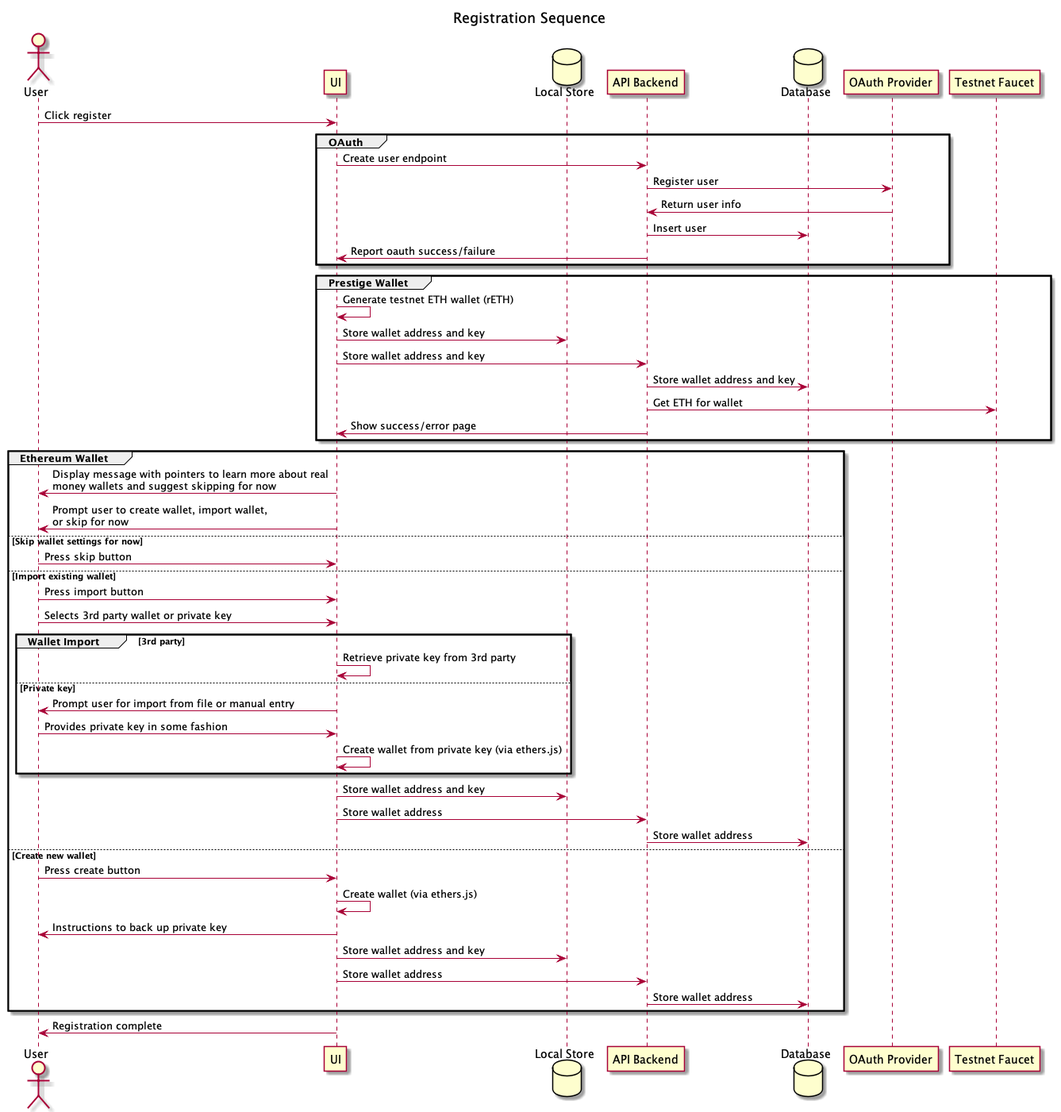
The PlantUML diagram docs/Diagrams/out/UserStories/Registration Sequence.png in adhurjaty/prediction-app, before a commit.
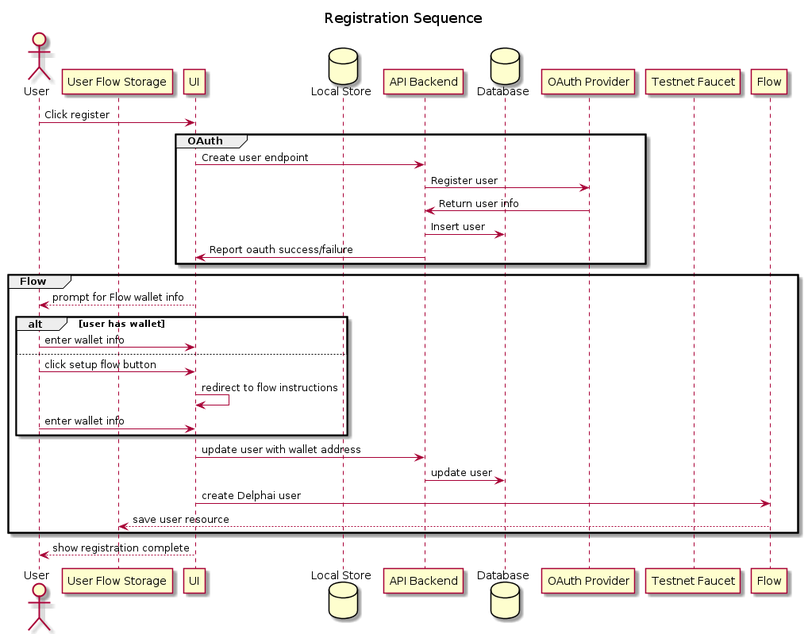
The same file after the commit.

Commit message:
updates registration sequence with flow

What changed in the source:
```diff
@@ -3,12 +3,14 @@
 title Registration Sequence
 
 actor User as user
+participant "User Flow Storage" as storage
 participant UI as ui
 database "Local Store" as localstore
 participant "API Backend" as api
 database Database as db
 participant "OAuth Provider" as oauth
 participant "Testnet Faucet" as faucet
+participant Flow as flow
 
 user -> ui : Click register
 
@@ -20,45 +22,22 @@
     api -> ui : Report oauth success/failure
 end
 
-group Prestige Wallet
-    ui -> ui : Generate testnet ETH wallet (rETH)
-    ui -> localstore : Store wallet address and key
-    ui -> api : Store wallet address and key
-    api -> db : Store wallet address and key
-    api -> faucet : Get ETH for wallet
-    api -> ui : Show success/error page
+group Flow
+    ui --> user : prompt for Flow wallet info
+    alt user has wallet
+        user -> ui : enter wallet info
+    else
+        user -> ui : click setup flow button
+        ui -> ui : redirect to flow instructions
+        user -> ui : enter wallet info
+    end
+
+    ui -> api : update user with wallet address
+    api -> db : update user
+    ui -> flow : create Delphai user
+    flow --> storage : save user resource
 end
 
-group Ethereum Wallet
-    ui -> user : Display message with pointers to learn more about real \nmoney wallets and suggest skipping for now
-    ui -> user : Prompt user to create wallet, import wallet, \nor skip for now
-else Skip wallet settings for now
-    user -> ui : Press skip button
-else Import existing wallet
-    user -> ui : Press import button
-    user -> ui : Selects 3rd party wallet or private key
-
-    group Wallet Import [3rd party]
-        ui -> ui : Retrieve private key from 3rd party
-    else Private key
-        ui -> user : Prompt user for import from file or manual entry
-        user -> ui : Provides private key in some fashion
-        ui -> ui : Create wallet from private key (via ethers.js)
-    end
-
-    ui -> localstore : Store wallet address and key
-
-    ui -> api : Store wallet address
-    api -> db : Store wallet address
-else Create new wallet
-    user -> ui : Press create button
-    ui -> ui : Create wallet (via ethers.js)
-    ui -> user : Instructions to back up private key
-    ui -> localstore : Store wallet address and key
-    ui -> api : Store wallet address
-    api -> db : Store wallet address
-end
-
-ui -> user : Registration complete
+ui --> user : show registration complete
 
 @enduml
```
